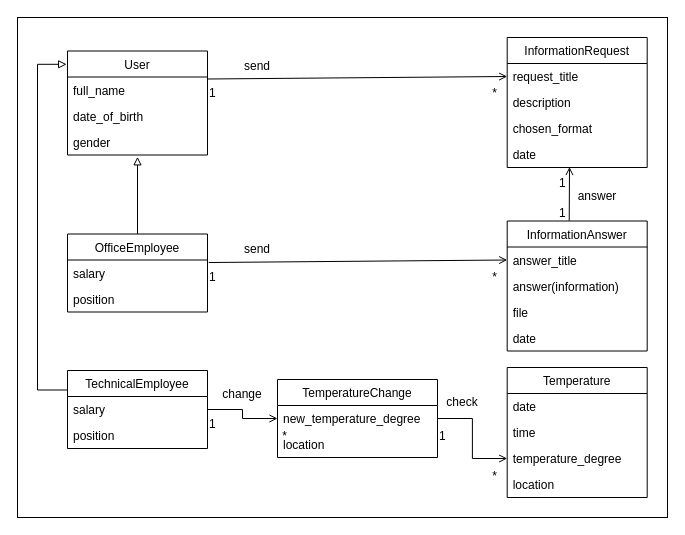
Earlier version of the draw.io diagram 2-SoftwareDesign/2.1-UMLConceptClasses/UMLConceptClasses.drawio (oleksandrblazhko/ai-213-gavrosh). Source tidied: cells renumbered, new cells numbered last; positions are measured from the earlier drawing's top-left corner, leaving out a move shared by most shapes. Both pictures are drawn from the tidied source at 100%, with x=0, y=0 at pixel (17, 17).
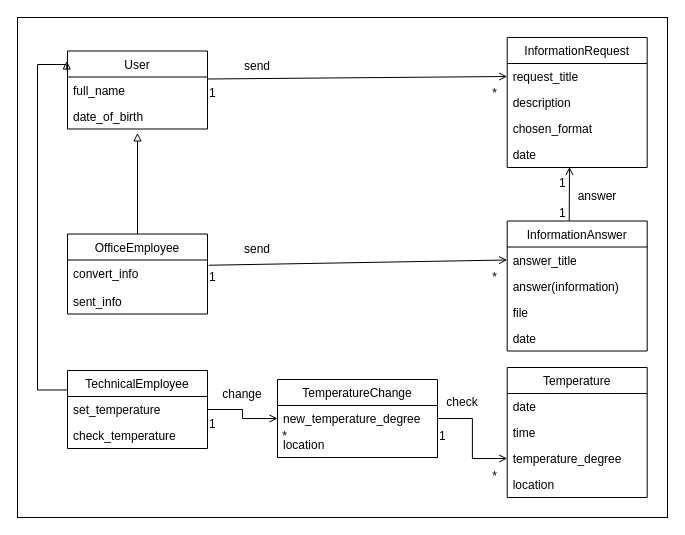
After the change.

The change refers to these unchanged cells:
```xml
<mxCell id="13" value="date_of_birth" style="text;strokeColor=none;fillColor=none;align=left;verticalAlign=top;spacingLeft=4;spacingRight=4;overflow=hidden;points=[[0,0.5],[1,0.5]];portConstraint=eastwest;" parent="11" vertex="1">
  <mxGeometry y="52" width="140" height="26" as="geometry" />
</mxCell>
<mxCell id="28" value="TechnicalEmployee" style="swimlane;fontStyle=0;horizontal=1;startSize=26;fillColor=none;" parent="1" vertex="1">
  <mxGeometry x="50" y="353" width="140" height="78" as="geometry" />
</mxCell>
```

Diff of the diagram source:
```diff
@@
     <mxCell id="11" value="User" style="swimlane;fontStyle=0;horizontal=1;startSize=26;fillColor=none;" parent="1" vertex="1">
-      <mxGeometry x="50" y="33.5" width="140" height="104" as="geometry" />
+      <mxGeometry x="50" y="33.5" width="140" height="78" as="geometry" />
     </mxCell>
@@
-    <mxCell id="14" value="gender" style="text;strokeColor=none;fillColor=none;align=left;verticalAlign=top;spacingLeft=4;spacingRight=4;overflow=hidden;points=[[0,0.5],[1,0.5]];portConstraint=eastwest;" parent="11" vertex="1">
-      <mxGeometry y="78" width="140" height="26" as="geometry" />
-    </mxCell>
@@
     <mxCell id="20" value="OfficeEmployee" style="swimlane;fontStyle=0;horizontal=1;startSize=26;fillColor=none;" parent="1" vertex="1">
-      <mxGeometry x="50" y="216.5" width="140" height="78" as="geometry" />
+      <mxGeometry x="50" y="216.5" width="140" height="80" as="geometry" />
     </mxCell>
-    <mxCell id="21" value="salary" style="text;strokeColor=none;fillColor=none;align=left;verticalAlign=top;spacingLeft=4;spacingRight=4;overflow=hidden;points=[[0,0.5],[1,0.5]];portConstraint=eastwest;" parent="20" vertex="1">
-      <mxGeometry y="26" width="140" height="26" as="geometry" />
+    <mxCell id="21" value="convert_info&#10;&#10;sent_info" style="text;strokeColor=none;fillColor=none;align=left;verticalAlign=top;spacingLeft=4;spacingRight=4;overflow=hidden;points=[[0,0.5],[1,0.5]];portConstraint=eastwest;" parent="20" vertex="1">
+      <mxGeometry y="26" width="140" height="54" as="geometry" />
     </mxCell>
-    <mxCell id="22" value="position" style="text;strokeColor=none;fillColor=none;align=left;verticalAlign=top;spacingLeft=4;spacingRight=4;overflow=hidden;" parent="20" vertex="1">
-      <mxGeometry y="52" width="140" height="26" as="geometry" />
-    </mxCell>
@@
-    <mxCell id="29" value="salary" style="text;strokeColor=none;fillColor=none;align=left;verticalAlign=top;spacingLeft=4;spacingRight=4;overflow=hidden;points=[[0,0.5],[1,0.5]];portConstraint=eastwest;" parent="28" vertex="1">
+    <mxCell id="29" value="set_temperature" style="text;strokeColor=none;fillColor=none;align=left;verticalAlign=top;spacingLeft=4;spacingRight=4;overflow=hidden;points=[[0,0.5],[1,0.5]];portConstraint=eastwest;" parent="28" vertex="1">
       <mxGeometry y="26" width="140" height="26" as="geometry" />
     </mxCell>
-    <mxCell id="30" value="position" style="text;strokeColor=none;fillColor=none;align=left;verticalAlign=top;spacingLeft=4;spacingRight=4;overflow=hidden;" parent="28" vertex="1">
+    <mxCell id="30" value="check_temperature" style="text;strokeColor=none;fillColor=none;align=left;verticalAlign=top;spacingLeft=4;spacingRight=4;overflow=hidden;" parent="28" vertex="1">
       <mxGeometry y="52" width="140" height="26" as="geometry" />
     </mxCell>
@@
-    <mxCell id="43" style="rounded=0;jettySize=auto;html=1;exitX=0.5;exitY=0;exitDx=0;exitDy=0;entryX=0.5;entryY=1.071;entryDx=0;entryDy=0;entryPerimeter=0;endArrow=block;endFill=0;" parent="1" edge="1" source="20" target="14">
+    <mxCell id="43" style="rounded=0;jettySize=auto;html=1;exitX=0.5;exitY=0;exitDx=0;exitDy=0;entryX=0.5;entryY=1.15;entryDx=0;entryDy=0;entryPerimeter=0;endArrow=block;endFill=0;" parent="1" edge="1" source="20" target="13">
       <mxGeometry relative="1" as="geometry" />
     </mxCell>
```
